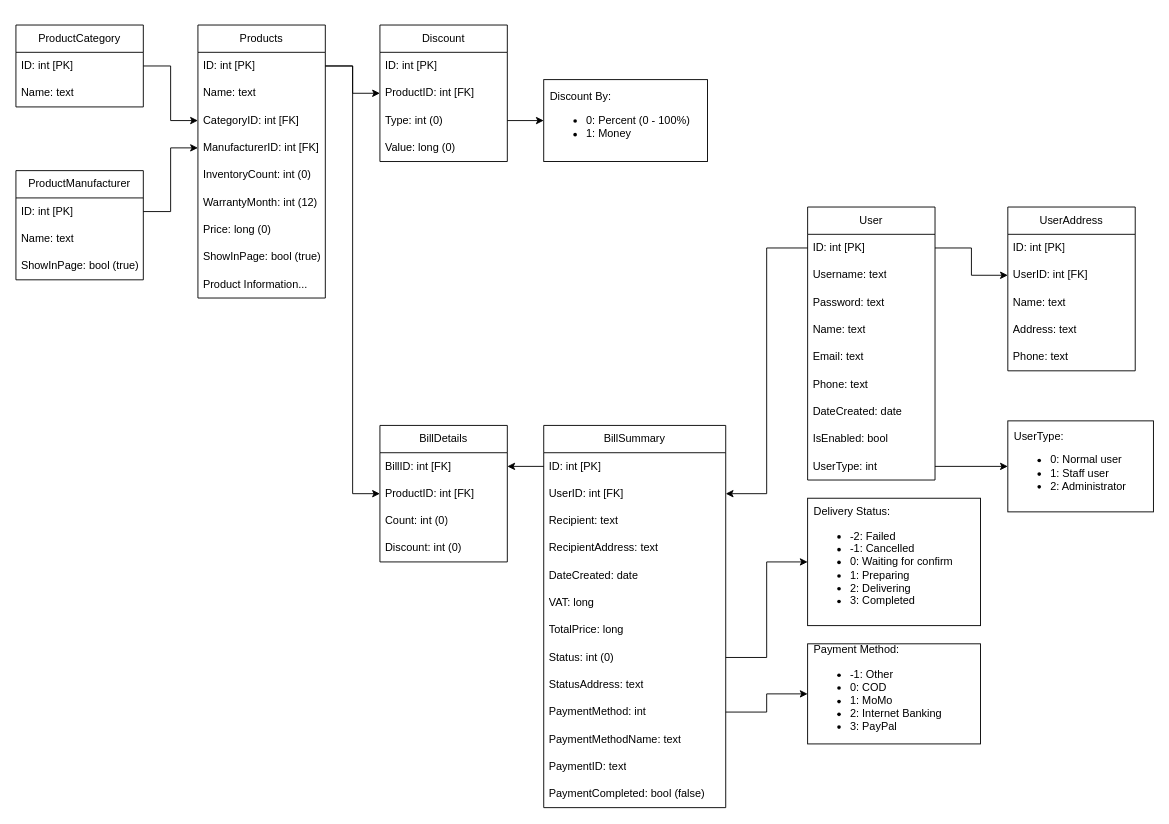
Before: docs/PhoneStoreManager.drawio in ZoeMeow1027/capstone-project, a draw.io diagram. Source tidied: cells renumbered, new cells numbered last; positions are measured from the earlier drawing's top-left corner, leaving out a move shared by most shapes. Both pictures are drawn from the tidied source at 91%, with x=0, y=0 at pixel (15, 25).
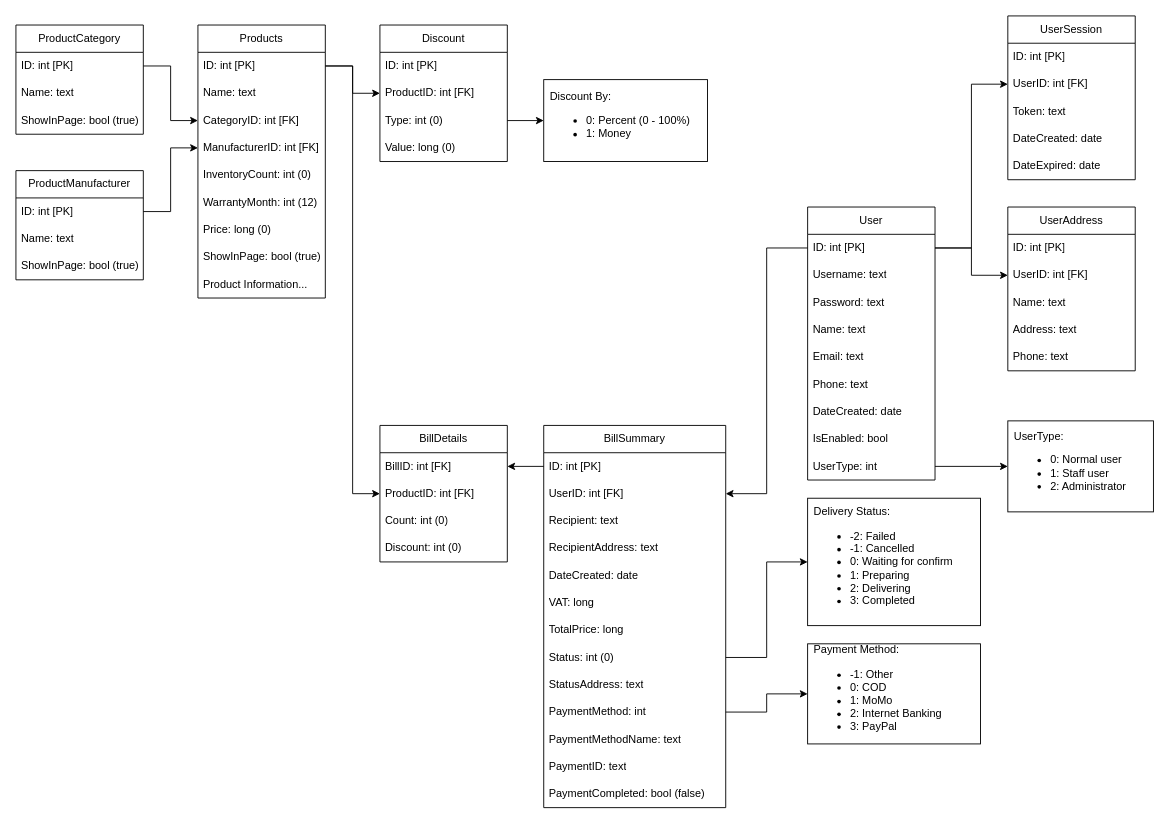
The same page after the edit.

Unchanged cells that the change refers to:
```xml
<mxCell id="16" value="ID: int [PK]" style="text;strokeColor=none;fillColor=none;align=left;verticalAlign=middle;spacingLeft=4;spacingRight=4;overflow=hidden;points=[[0,0.5],[1,0.5]];portConstraint=eastwest;whiteSpace=wrap;html=1;" parent="15" vertex="1">
  <mxGeometry y="30" width="140" height="30" as="geometry" />
</mxCell>
```

Change to the diagram source:
```diff
@@
     <mxCell id="12" value="ProductCategory" style="swimlane;fontStyle=0;horizontal=1;startSize=30;whiteSpace=wrap;html=1;" parent="1" vertex="1">
-      <mxGeometry width="140" height="90" as="geometry" />
+      <mxGeometry width="140" height="120" as="geometry" />
     </mxCell>
@@
+    <mxCell id="74" value="ShowInPage: bool (true)" style="text;strokeColor=none;fillColor=none;align=left;verticalAlign=middle;spacingLeft=4;spacingRight=4;overflow=hidden;whiteSpace=wrap;html=1;" parent="12" vertex="1">
+      <mxGeometry y="90" width="140" height="30" as="geometry" />
+    </mxCell>
@@
+    <mxCell id="75" value="UserSession" style="swimlane;fontStyle=0;horizontal=1;startSize=30;whiteSpace=wrap;html=1;" parent="1" vertex="1">
+      <mxGeometry x="1090" y="-10" width="140" height="180" as="geometry" />
+    </mxCell>
+    <mxCell id="76" value="ID: int [PK]" style="text;strokeColor=none;fillColor=none;align=left;verticalAlign=middle;spacingLeft=4;spacingRight=4;overflow=hidden;whiteSpace=wrap;html=1;" parent="75" vertex="1">
+      <mxGeometry y="30" width="140" height="30" as="geometry" />
+    </mxCell>
+    <mxCell id="77" value="UserID: int [FK]" style="text;strokeColor=none;fillColor=none;align=left;verticalAlign=middle;spacingLeft=4;spacingRight=4;overflow=hidden;points=[[0,0.5],[1,0.5]];portConstraint=eastwest;whiteSpace=wrap;html=1;" parent="75" vertex="1">
+      <mxGeometry y="60" width="140" height="30" as="geometry" />
+    </mxCell>
+    <mxCell id="78" value="Token: text" style="text;strokeColor=none;fillColor=none;align=left;verticalAlign=middle;spacingLeft=4;spacingRight=4;overflow=hidden;whiteSpace=wrap;html=1;" parent="75" vertex="1">
+      <mxGeometry y="90" width="140" height="30" as="geometry" />
+    </mxCell>
+    <mxCell id="79" value="DateCreated: date" style="text;strokeColor=none;fillColor=none;align=left;verticalAlign=middle;spacingLeft=4;spacingRight=4;overflow=hidden;whiteSpace=wrap;html=1;" parent="75" vertex="1">
+      <mxGeometry y="120" width="140" height="30" as="geometry" />
+    </mxCell>
+    <mxCell id="80" value="DateExpired: date" style="text;strokeColor=none;fillColor=none;align=left;verticalAlign=middle;spacingLeft=4;spacingRight=4;overflow=hidden;whiteSpace=wrap;html=1;" parent="75" vertex="1">
+      <mxGeometry y="150" width="140" height="30" as="geometry" />
+    </mxCell>
+    <mxCell id="81" style="edgeStyle=orthogonalEdgeStyle;rounded=0;jettySize=auto;html=1;entryX=0;entryY=0.5;entryDx=0;entryDy=0;" parent="1" edge="1" source="16" target="77">
+      <mxGeometry relative="1" as="geometry" />
+    </mxCell>
```
